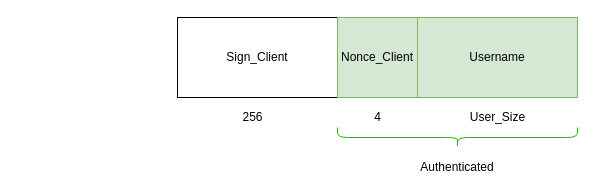
matildao-pane/Secure-online-messaging-service keeps this draw.io diagram as Documentation/DrawIo/1.0.drawio. Above is the earlier version. Source tidied: cells renumbered, new cells numbered last; positions are measured from the earlier drawing's top-left corner, leaving out a move shared by most shapes. Both pictures are drawn from the tidied source at 100%, with x=0, y=0 at pixel (177, 17).
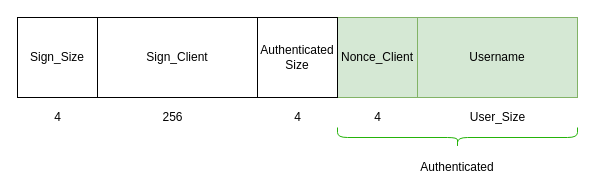
After the change.

Diff of the diagram source:
```diff
@@
 <mxGraphModel>
   <root>
     <mxCell id="0" />
     <mxCell id="1" parent="0" />
     <mxCell id="2" value="Sign_Client" style="rounded=0;whiteSpace=wrap;html=1;" parent="1" vertex="1">
-      <mxGeometry width="160" height="80" as="geometry" />
+      <mxGeometry x="-80" width="160" height="80" as="geometry" />
     </mxCell>
     <mxCell id="3" value="Nonce_Client" style="rounded=0;whiteSpace=wrap;html=1;fillColor=#d5e8d4;strokeColor=#82b366;" parent="1" vertex="1">
       <mxGeometry x="160" width="80" height="80" as="geometry" />
     </mxCell>
     <mxCell id="4" value="Username" style="rounded=0;whiteSpace=wrap;html=1;fillColor=#d5e8d4;strokeColor=#82b366;" parent="1" vertex="1">
       <mxGeometry x="240" width="160" height="80" as="geometry" />
     </mxCell>
     <mxCell id="5" value="256" style="text;html=1;align=center;verticalAlign=middle;strokeColor=none;" parent="1" vertex="1">
-      <mxGeometry x="55" y="90" width="40" height="20" as="geometry" />
+      <mxGeometry x="-25" y="90" width="40" height="20" as="geometry" />
     </mxCell>
     <mxCell id="6" value="4" style="text;html=1;align=center;verticalAlign=middle;strokeColor=none;" parent="1" vertex="1">
       <mxGeometry x="190" y="90" width="20" height="20" as="geometry" />
     </mxCell>
     <mxCell id="7" value="User_Size" style="text;html=1;align=center;verticalAlign=middle;strokeColor=none;" parent="1" vertex="1">
       <mxGeometry x="285" y="90" width="70" height="20" as="geometry" />
     </mxCell>
     <mxCell id="8" style="shape=curlyBracket;whiteSpace=wrap;html=1;rounded=1;flipH=1;rotation=90;fillColor=none;strokeColor=#25B309;" parent="1" vertex="1">
       <mxGeometry x="270" width="20" height="240" as="geometry" />
     </mxCell>
     <mxCell id="9" value="Authenticated" style="text;html=1;strokeColor=none;fillColor=none;align=center;verticalAlign=middle;whiteSpace=wrap;rounded=0;" parent="1" vertex="1">
       <mxGeometry x="260" y="140" width="40" height="20" as="geometry" />
     </mxCell>
+    <mxCell id="10" value="4" style="text;html=1;align=center;verticalAlign=middle;strokeColor=none;" parent="1" vertex="1">
+      <mxGeometry x="-130" y="90" width="20" height="20" as="geometry" />
+    </mxCell>
+    <mxCell id="11" value="Sign_Size" style="rounded=0;whiteSpace=wrap;html=1;" parent="1" vertex="1">
+      <mxGeometry x="-160" width="80" height="80" as="geometry" />
+    </mxCell>
+    <mxCell id="12" value="Authenticated&lt;br&gt;Size" style="rounded=0;whiteSpace=wrap;html=1;" parent="1" vertex="1">
+      <mxGeometry x="80" width="80" height="80" as="geometry" />
+    </mxCell>
+    <mxCell id="13" value="4" style="text;html=1;align=center;verticalAlign=middle;strokeColor=none;" parent="1" vertex="1">
+      <mxGeometry x="110" y="90" width="20" height="20" as="geometry" />
+    </mxCell>
   </root>
 </mxGraphModel>
```
